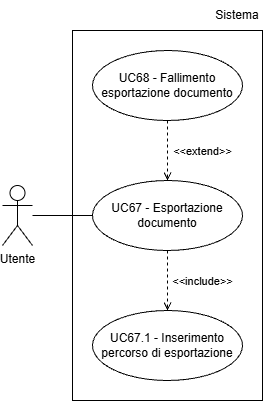
Earlier version of the draw.io export assets/Use_Case_Diagrams/UC67.png (Team-Three-Technologies/Documenti). Source tidied: cells renumbered, new cells last; positions are measured from the earlier drawing's top-left corner, leaving out a move shared by most shapes. The source it was exported from:
```xml
<mxGraphModel>
  <root>
    <mxCell id="0" />
    <mxCell id="1" parent="0" />
    <mxCell id="2" value="Utente" style="shape=umlActor;verticalLabelPosition=bottom;verticalAlign=top;html=1;outlineConnect=0;" parent="1" vertex="1">
      <mxGeometry y="185" width="30" height="60" as="geometry" />
    </mxCell>
    <mxCell id="3" style="endArrow=none;html=1;rounded=0;entryX=0;entryY=0.5;entryDx=0;entryDy=0;" parent="1" edge="1" source="2">
      <mxGeometry relative="1" as="geometry">
        <mxPoint x="90" y="215" as="targetPoint" />
      </mxGeometry>
    </mxCell>
    <mxCell id="4" value="UC67 - Esportazione documento" style="ellipse;whiteSpace=wrap;html=1;" parent="1" vertex="1">
      <mxGeometry x="90" y="180" width="150" height="70" as="geometry" />
    </mxCell>
    <mxCell id="5" value="UC67.1 - Inserimento percorso di esportazione" style="ellipse;whiteSpace=wrap;html=1;" parent="1" vertex="1">
      <mxGeometry x="90" y="310" width="150" height="70" as="geometry" />
    </mxCell>
    <mxCell id="6" value="UC68 - Fallimento esportazione documento" style="ellipse;whiteSpace=wrap;html=1;" parent="1" vertex="1">
      <mxGeometry x="90" y="50" width="150" height="70" as="geometry" />
    </mxCell>
    <mxCell id="7" value="&amp;lt;&amp;lt;include&amp;gt;&amp;gt;" style="html=1;verticalAlign=bottom;labelBackgroundColor=none;endArrow=open;endFill=0;dashed=1;rounded=0;exitX=0.5;exitY=1;exitDx=0;exitDy=0;entryX=0.5;entryY=0;entryDx=0;entryDy=0;" parent="1" edge="1" source="4" target="5">
      <mxGeometry x="0.33" y="35" relative="1" as="geometry" />
    </mxCell>
    <mxCell id="8" value="&amp;lt;&amp;lt;extend&amp;gt;&amp;gt;" style="html=1;verticalAlign=bottom;labelBackgroundColor=none;endArrow=open;endFill=0;dashed=1;rounded=0;exitX=0.5;exitY=1;exitDx=0;exitDy=0;entryX=0.5;entryY=0;entryDx=0;entryDy=0;" parent="1" edge="1" source="6" target="4">
      <mxGeometry x="0.33" y="35" relative="1" as="geometry" />
    </mxCell>
    <mxCell id="9" style="rounded=0;whiteSpace=wrap;html=1;fillColor=none;" parent="1" vertex="1">
      <mxGeometry x="70" y="30" width="190" height="370" as="geometry" />
    </mxCell>
    <mxCell id="10" value="Sistema" style="text;html=1;whiteSpace=wrap;strokeColor=none;fillColor=none;align=center;verticalAlign=middle;rounded=0;" parent="1" vertex="1">
      <mxGeometry x="210" width="50" height="30" as="geometry" />
    </mxCell>
  </root>
</mxGraphModel>
```
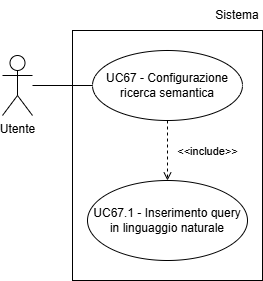
Above is the later version.

Diff of the diagram source:
```diff
@@ -5,31 +5,25 @@
     <mxCell id="2" value="Utente" style="shape=umlActor;verticalLabelPosition=bottom;verticalAlign=top;html=1;outlineConnect=0;" parent="1" vertex="1">
       <mxGeometry y="185" width="30" height="60" as="geometry" />
     </mxCell>
-    <mxCell id="3" style="endArrow=none;html=1;rounded=0;entryX=0;entryY=0.5;entryDx=0;entryDy=0;" parent="1" edge="1" source="2">
-      <mxGeometry relative="1" as="geometry">
-        <mxPoint x="90" y="215" as="targetPoint" />
-      </mxGeometry>
-    </mxCell>
-    <mxCell id="4" value="UC67 - Esportazione documento" style="ellipse;whiteSpace=wrap;html=1;" parent="1" vertex="1">
-      <mxGeometry x="90" y="180" width="150" height="70" as="geometry" />
-    </mxCell>
-    <mxCell id="5" value="UC67.1 - Inserimento percorso di esportazione" style="ellipse;whiteSpace=wrap;html=1;" parent="1" vertex="1">
-      <mxGeometry x="90" y="310" width="150" height="70" as="geometry" />
-    </mxCell>
-    <mxCell id="6" value="UC68 - Fallimento esportazione documento" style="ellipse;whiteSpace=wrap;html=1;" parent="1" vertex="1">
-      <mxGeometry x="90" y="50" width="150" height="70" as="geometry" />
-    </mxCell>
+    <mxCell id="11" style="endArrow=none;html=1;rounded=0;entryX=0;entryY=0.5;entryDx=0;entryDy=0;" parent="1" edge="1" source="2">
+      <mxGeometry relative="1" as="geometry">
+        <mxPoint x="90" y="215" as="targetPoint" />
+      </mxGeometry>
+    </mxCell>
+    <mxCell id="12" value="UC67 - Configurazione ricerca semantica" style="ellipse;whiteSpace=wrap;html=1;" parent="1" vertex="1">
+      <mxGeometry x="90" y="180" width="150" height="70" as="geometry" />
+    </mxCell>
+    <mxCell id="13" value="UC67.1 - Inserimento query in linguaggio naturale" style="ellipse;whiteSpace=wrap;html=1;" parent="1" vertex="1">
+      <mxGeometry x="85" y="310" width="160" height="80" as="geometry" />
+    </mxCell>
-    <mxCell id="7" value="&amp;lt;&amp;lt;include&amp;gt;&amp;gt;" style="html=1;verticalAlign=bottom;labelBackgroundColor=none;endArrow=open;endFill=0;dashed=1;rounded=0;exitX=0.5;exitY=1;exitDx=0;exitDy=0;entryX=0.5;entryY=0;entryDx=0;entryDy=0;" parent="1" edge="1" source="4" target="5">
-      <mxGeometry x="0.33" y="35" relative="1" as="geometry" />
+    <mxCell id="7" value="&amp;lt;&amp;lt;include&amp;gt;&amp;gt;" style="html=1;verticalAlign=bottom;labelBackgroundColor=none;endArrow=open;endFill=0;dashed=1;rounded=0;exitX=0.5;exitY=1;exitDx=0;exitDy=0;entryX=0.5;entryY=0;entryDx=0;entryDy=0;" parent="1" edge="1" source="12" target="13">
+      <mxGeometry x="0.33" y="40" relative="1" as="geometry" />
     </mxCell>
-    <mxCell id="8" value="&amp;lt;&amp;lt;extend&amp;gt;&amp;gt;" style="html=1;verticalAlign=bottom;labelBackgroundColor=none;endArrow=open;endFill=0;dashed=1;rounded=0;exitX=0.5;exitY=1;exitDx=0;exitDy=0;entryX=0.5;entryY=0;entryDx=0;entryDy=0;" parent="1" edge="1" source="6" target="4">
-      <mxGeometry x="0.33" y="35" relative="1" as="geometry" />
-    </mxCell>
-    <mxCell id="9" style="rounded=0;whiteSpace=wrap;html=1;fillColor=none;" parent="1" vertex="1">
-      <mxGeometry x="70" y="30" width="190" height="370" as="geometry" />
-    </mxCell>
+    <mxCell id="14" style="rounded=0;whiteSpace=wrap;html=1;fillColor=none;" parent="1" vertex="1">
+      <mxGeometry x="70" y="160" width="190" height="250" as="geometry" />
+    </mxCell>
     <mxCell id="10" value="Sistema" style="text;html=1;whiteSpace=wrap;strokeColor=none;fillColor=none;align=center;verticalAlign=middle;rounded=0;" parent="1" vertex="1">
-      <mxGeometry x="210" width="50" height="30" as="geometry" />
+      <mxGeometry x="210" y="130" width="50" height="30" as="geometry" />
     </mxCell>
   </root>
 </mxGraphModel>
```
